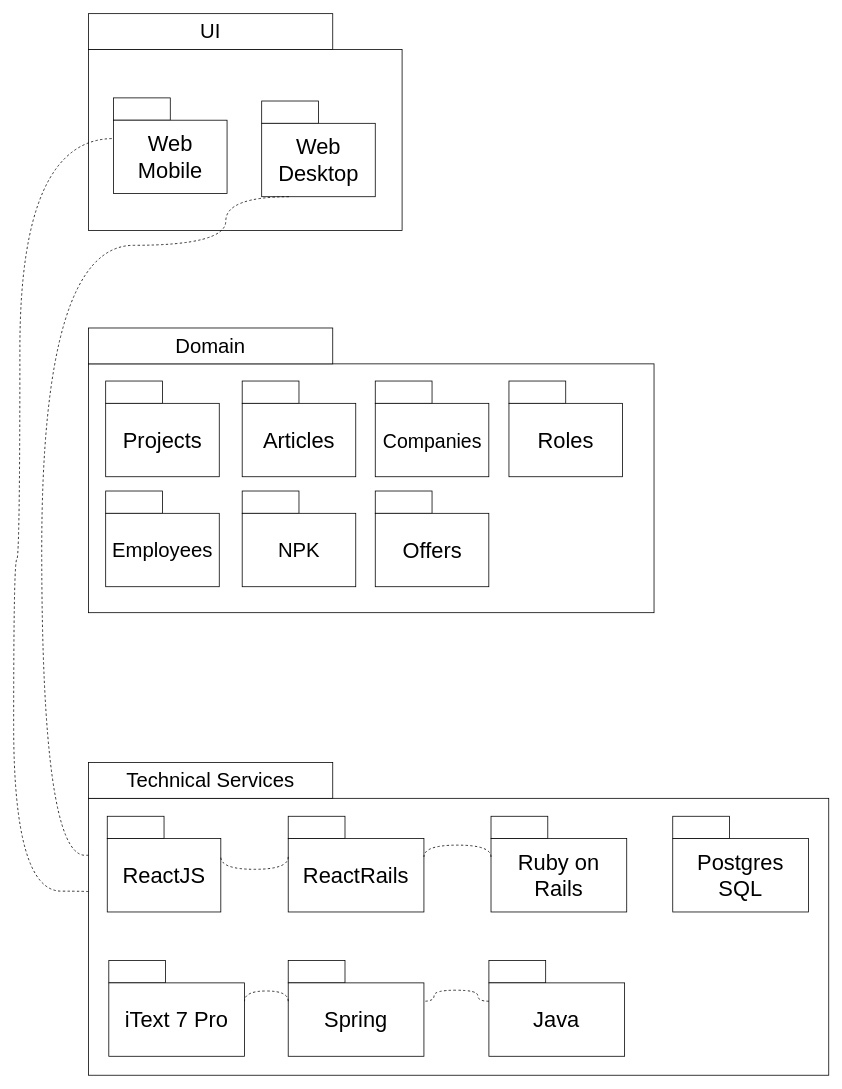
UnifiedCalculation/UniCalc_doc keeps this draw.io diagram as Documents/Package diagram.drawio. Above is the earlier version. Source tidied: cells renumbered, new cells numbered last; positions are measured from the earlier drawing's top-left corner, leaving out a move shared by most shapes. Both pictures are drawn from the tidied source at 78%, with x=0, y=0 at pixel (13, 13).
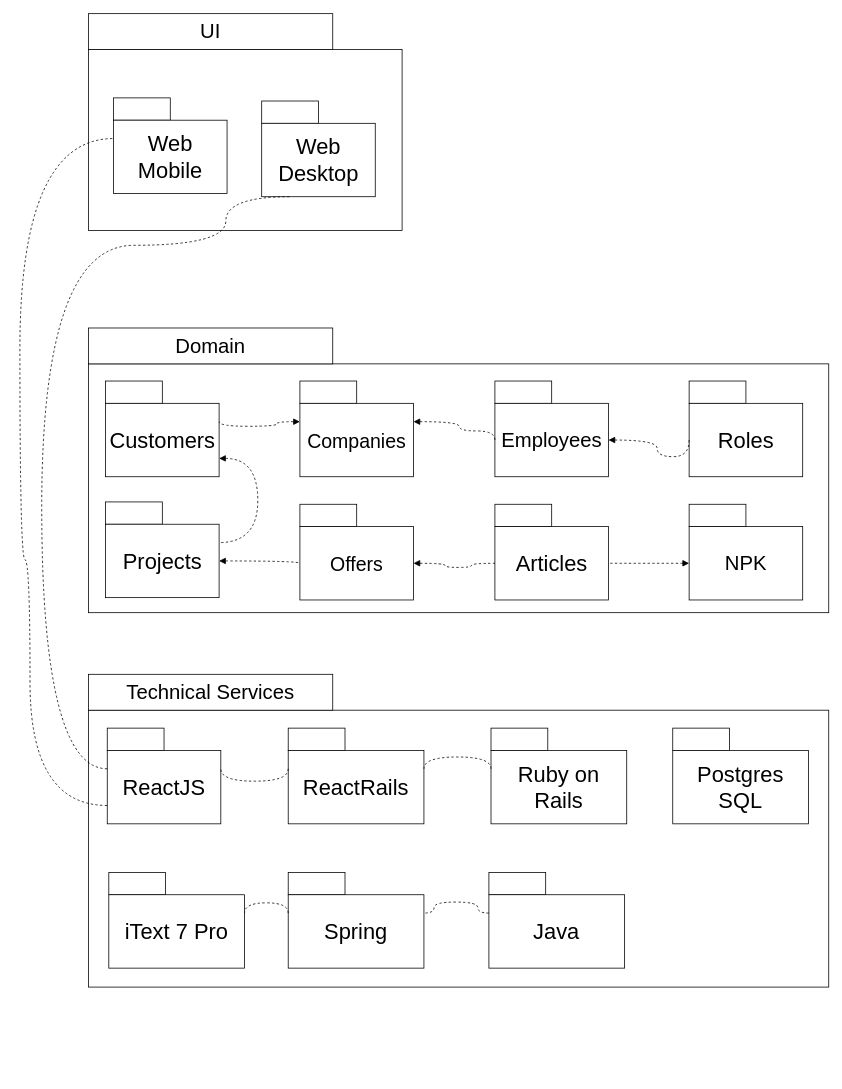
The same diagram, later.

The change refers to these unchanged cells:
```xml
<mxCell id="8" value="&lt;font style=&quot;font-size: 28px&quot;&gt;Web&lt;br&gt;Mobile&lt;/font&gt;" style="rounded=0;whiteSpace=wrap;html=1;" parent="6" vertex="1">
  <mxGeometry y="28.6" width="145.6" height="94.1" as="geometry" />
</mxCell>
<mxCell id="11" value="&lt;font style=&quot;font-size: 28px&quot;&gt;Web&lt;br&gt;Desktop&lt;/font&gt;" style="rounded=0;whiteSpace=wrap;html=1;" parent="9" vertex="1">
  <mxGeometry y="28.6" width="145.6" height="94.1" as="geometry" />
</mxCell>
<mxCell id="20" value="&lt;font style=&quot;font-size: 28px&quot;&gt;ReactJS&lt;/font&gt;" style="rounded=0;whiteSpace=wrap;html=1;" parent="18" vertex="1">
  <mxGeometry y="28.6" width="145.6" height="94.1" as="geometry" />
</mxCell>
<mxCell id="53" value="&lt;span style=&quot;font-size: 28px&quot;&gt;Roles&lt;/span&gt;" style="rounded=0;whiteSpace=wrap;html=1;" parent="51" vertex="1">
  <mxGeometry y="28.6" width="145.6" height="94.1" as="geometry" />
</mxCell>
<mxCell id="58" value="&lt;font style=&quot;font-size: 28px&quot;&gt;Projects&lt;/font&gt;" style="rounded=0;whiteSpace=wrap;html=1;" parent="56" vertex="1">
  <mxGeometry y="28.6" width="145.6" height="94.1" as="geometry" />
</mxCell>
<mxCell id="62" value="&lt;span style=&quot;font-size: 28px&quot;&gt;Articles&lt;/span&gt;" style="rounded=0;whiteSpace=wrap;html=1;" parent="60" vertex="1">
  <mxGeometry y="28.6" width="145.6" height="94.1" as="geometry" />
</mxCell>
<mxCell id="66" value="&lt;span style=&quot;font-size: 25px;&quot;&gt;Companies&lt;/span&gt;" style="rounded=0;whiteSpace=wrap;html=1;fontSize=25;" parent="64" vertex="1">
  <mxGeometry y="28.6" width="145.6" height="94.1" as="geometry" />
</mxCell>
<mxCell id="70" value="&lt;font style=&quot;font-size: 26px&quot;&gt;Employees&lt;/font&gt;" style="rounded=0;whiteSpace=wrap;html=1;" parent="68" vertex="1">
  <mxGeometry y="28.6" width="145.6" height="94.1" as="geometry" />
</mxCell>
<mxCell id="74" value="&lt;font style=&quot;font-size: 26px&quot;&gt;NPK&lt;/font&gt;" style="rounded=0;whiteSpace=wrap;html=1;" parent="72" vertex="1">
  <mxGeometry y="28.6" width="145.6" height="94.1" as="geometry" />
</mxCell>
<mxCell id="76" style="group;" parent="75" vertex="1">
  <mxGeometry width="145.6" height="122.7" as="geometry" />
</mxCell>
```

Diff of the diagram source:
```diff
@@
-    <mxCell id="12" style="endArrow=none;dashed=1;html=1;exitX=0;exitY=0.75;exitDx=0;exitDy=0;entryX=0;entryY=0.25;entryDx=0;entryDy=0;edgeStyle=orthogonalEdgeStyle;curved=1;" parent="1" edge="1" source="20" target="8">
-      <mxGeometry relative="1" as="geometry">
-        <Array as="points">
-          <mxPoint x="122" y="1133" />
-          <mxPoint x="122" y="1125" />
-          <mxPoint y="1125" />
-          <mxPoint y="700" />
-          <mxPoint x="8" y="700" />
-          <mxPoint x="8" y="160" />
-        </Array>
-      </mxGeometry>
-    </mxCell>
-    <mxCell id="13" style="endArrow=none;dashed=1;html=1;exitX=0;exitY=0.25;exitDx=0;exitDy=0;entryX=0.25;entryY=1;entryDx=0;entryDy=0;edgeStyle=orthogonalEdgeStyle;curved=1;" parent="1" edge="1" source="20" target="11">
-      <mxGeometry relative="1" as="geometry">
-        <Array as="points">
-          <mxPoint x="147" y="1079" />
-          <mxPoint x="36" y="1079" />
-          <mxPoint x="36" y="297" />
-          <mxPoint x="272" y="297" />
-          <mxPoint x="272" y="235" />
-        </Array>
-      </mxGeometry>
-    </mxCell>
     <mxCell id="14" style="group;" parent="1" vertex="1">
-      <mxGeometry x="96" y="960" width="949" height="401" as="geometry" />
+      <mxGeometry x="96" y="847" width="949" height="401" as="geometry" />
     </mxCell>
@@
-    <mxCell id="49" style="group;" parent="1" vertex="1">
-      <mxGeometry x="96" y="403" width="725" height="365" as="geometry" />
-    </mxCell>
-    <mxCell id="50" style="rounded=0;whiteSpace=wrap;html=1;" parent="49" vertex="1">
-      <mxGeometry y="46" width="725" height="319" as="geometry" />
+    <mxCell id="50" style="rounded=0;whiteSpace=wrap;html=1;" parent="1" vertex="1">
+      <mxGeometry x="96" y="449" width="949" height="319" as="geometry" />
     </mxCell>
-    <mxCell id="51" style="group;" parent="49" vertex="1">
-      <mxGeometry x="539" y="68" width="145.6" height="122.7" as="geometry" />
+    <mxCell id="51" style="group;" parent="1" vertex="1">
+      <mxGeometry x="866" y="471" width="145.6" height="122.7" as="geometry" />
     </mxCell>
@@
-    <mxCell id="54" value="&lt;font style=&quot;font-size: 26px&quot;&gt;Domain&lt;/font&gt;" style="rounded=0;whiteSpace=wrap;html=1;" parent="49" vertex="1">
-      <mxGeometry width="313.1" height="46" as="geometry" />
+    <mxCell id="54" value="&lt;font style=&quot;font-size: 26px&quot;&gt;Domain&lt;/font&gt;" style="rounded=0;whiteSpace=wrap;html=1;" parent="1" vertex="1">
+      <mxGeometry x="96" y="403" width="313.1" height="46" as="geometry" />
     </mxCell>
-    <mxCell id="55" style="group;" parent="49" vertex="1">
-      <mxGeometry x="22" y="68" width="145.6" height="122.7" as="geometry" />
+    <mxCell id="55" style="group;" parent="1" vertex="1">
+      <mxGeometry x="117.8" y="626" width="145.6" height="122.7" as="geometry" />
     </mxCell>
@@
-    <mxCell id="59" style="group;" parent="49" vertex="1">
-      <mxGeometry x="197" y="68" width="145.6" height="122.7" as="geometry" />
+    <mxCell id="59" style="group;" parent="1" vertex="1">
+      <mxGeometry x="617" y="629" width="145.6" height="122.7" as="geometry" />
     </mxCell>
@@
-    <mxCell id="63" style="group;" parent="49" vertex="1">
-      <mxGeometry x="367.6" y="68" width="145.6" height="122.7" as="geometry" />
+    <mxCell id="63" style="group;" parent="1" vertex="1">
+      <mxGeometry x="367" y="471" width="145.6" height="122.7" as="geometry" />
     </mxCell>
@@
-    <mxCell id="67" style="group;" parent="49" vertex="1">
-      <mxGeometry x="22" y="209" width="145.6" height="122.7" as="geometry" />
+    <mxCell id="67" style="group;" parent="1" vertex="1">
+      <mxGeometry x="617" y="471" width="145.6" height="122.7" as="geometry" />
     </mxCell>
@@
-    <mxCell id="71" style="group;" parent="49" vertex="1">
-      <mxGeometry x="197" y="209" width="145.6" height="122.7" as="geometry" />
+    <mxCell id="71" style="group;" parent="1" vertex="1">
+      <mxGeometry x="866" y="629" width="145.6" height="122.7" as="geometry" />
     </mxCell>
@@
-    <mxCell id="75" style="group;" parent="49" vertex="1">
-      <mxGeometry x="367.6" y="209" width="145.6" height="122.7" as="geometry" />
+    <mxCell id="75" style="group;" parent="1" vertex="1">
+      <mxGeometry x="117.8" y="471" width="145.6" height="122.7" as="geometry" />
     </mxCell>
@@
-    <mxCell id="78" value="&lt;font style=&quot;font-size: 28px&quot;&gt;Offers&lt;/font&gt;" style="rounded=0;whiteSpace=wrap;html=1;" parent="76" vertex="1">
+    <mxCell id="78" value="&lt;font style=&quot;font-size: 28px&quot;&gt;Customers&lt;/font&gt;" style="rounded=0;whiteSpace=wrap;html=1;" parent="76" vertex="1">
       <mxGeometry y="28.6" width="145.6" height="94.1" as="geometry" />
     </mxCell>
+    <mxCell id="79" style="group;" parent="1" vertex="1">
+      <mxGeometry x="367" y="629" width="145.6" height="122.7" as="geometry" />
+    </mxCell>
+    <mxCell id="80" style="group;" parent="79" vertex="1">
+      <mxGeometry width="145.6" height="122.7" as="geometry" />
+    </mxCell>
+    <mxCell id="81" style="rounded=0;whiteSpace=wrap;html=1;" parent="80" vertex="1">
+      <mxGeometry width="72.8" height="28.6" as="geometry" />
+    </mxCell>
+    <mxCell id="82" value="&lt;span style=&quot;font-size: 25px&quot;&gt;Offers&lt;/span&gt;" style="rounded=0;whiteSpace=wrap;html=1;fontSize=25;" parent="80" vertex="1">
+      <mxGeometry y="28.6" width="145.6" height="94.1" as="geometry" />
+    </mxCell>
+    <mxCell id="83" style="endArrow=none;dashed=1;html=1;exitX=1;exitY=0.5;exitDx=0;exitDy=0;edgeStyle=orthogonalEdgeStyle;curved=1;endFill=0;startArrow=block;startFill=1;entryX=0;entryY=0.5;entryDx=0;entryDy=0;" parent="1" edge="1" source="58" target="82">
+      <mxGeometry relative="1" as="geometry">
+        <Array as="points">
+          <mxPoint x="367" y="702" />
+        </Array>
+      </mxGeometry>
+    </mxCell>
+    <mxCell id="84" style="endArrow=none;dashed=1;html=1;exitX=1;exitY=0.25;exitDx=0;exitDy=0;edgeStyle=orthogonalEdgeStyle;curved=1;entryX=0;entryY=0.5;entryDx=0;entryDy=0;endFill=0;startArrow=block;startFill=1;" parent="1" edge="1" source="66" target="70">
+      <mxGeometry relative="1" as="geometry">
+        <Array as="points">
+          <mxPoint x="571" y="523" />
+          <mxPoint x="571" y="535" />
+          <mxPoint x="617" y="535" />
+        </Array>
+      </mxGeometry>
+    </mxCell>
+    <mxCell id="85" style="endArrow=none;dashed=1;html=1;exitX=1;exitY=0.75;exitDx=0;exitDy=0;edgeStyle=orthogonalEdgeStyle;curved=1;endFill=0;startArrow=block;startFill=1;entryX=1;entryY=0.25;entryDx=0;entryDy=0;" parent="1" edge="1" source="78" target="58">
+      <mxGeometry relative="1" as="geometry">
+        <Array as="points">
+          <mxPoint x="313" y="570" />
+          <mxPoint x="313" y="678" />
+        </Array>
+      </mxGeometry>
+    </mxCell>
+    <mxCell id="86" style="endArrow=none;dashed=1;html=1;exitX=0;exitY=0.25;exitDx=0;exitDy=0;edgeStyle=orthogonalEdgeStyle;curved=1;endFill=0;startArrow=block;startFill=1;entryX=1;entryY=0.25;entryDx=0;entryDy=0;" parent="1" edge="1" source="66" target="78">
+      <mxGeometry relative="1" as="geometry">
+        <Array as="points">
+          <mxPoint x="337" y="523" />
+          <mxPoint x="337" y="529" />
+          <mxPoint x="264" y="529" />
+        </Array>
+      </mxGeometry>
+    </mxCell>
+    <mxCell id="87" style="endArrow=none;dashed=1;html=1;exitX=1;exitY=0.5;exitDx=0;exitDy=0;edgeStyle=orthogonalEdgeStyle;curved=1;endFill=0;startArrow=block;startFill=1;entryX=0;entryY=0.5;entryDx=0;entryDy=0;" parent="1" edge="1" source="82" target="62">
+      <mxGeometry relative="1" as="geometry">
+        <Array as="points">
+          <mxPoint x="553" y="705" />
+          <mxPoint x="553" y="710" />
+          <mxPoint x="587" y="710" />
+          <mxPoint x="587" y="705" />
+        </Array>
+      </mxGeometry>
+    </mxCell>
+    <mxCell id="88" style="endArrow=none;dashed=1;html=1;exitX=0;exitY=0.5;exitDx=0;exitDy=0;edgeStyle=orthogonalEdgeStyle;curved=1;endFill=0;startArrow=block;startFill=1;entryX=1;entryY=0.5;entryDx=0;entryDy=0;" parent="1" edge="1" source="74" target="62">
+      <mxGeometry relative="1" as="geometry">
+        <Array as="points">
+          <mxPoint x="810" y="705" />
+          <mxPoint x="810" y="705" />
+        </Array>
+      </mxGeometry>
+    </mxCell>
+    <mxCell id="89" style="endArrow=none;dashed=1;html=1;exitX=1;exitY=0.5;exitDx=0;exitDy=0;edgeStyle=orthogonalEdgeStyle;curved=1;endFill=0;startArrow=block;startFill=1;entryX=0;entryY=0.5;entryDx=0;entryDy=0;" parent="1" edge="1" source="70" target="53">
+      <mxGeometry relative="1" as="geometry">
+        <Array as="points">
+          <mxPoint x="825" y="547" />
+          <mxPoint x="825" y="568" />
+          <mxPoint x="866" y="568" />
+        </Array>
+      </mxGeometry>
+    </mxCell>
+    <mxCell id="13" style="endArrow=none;dashed=1;html=1;exitX=0;exitY=0.25;exitDx=0;exitDy=0;entryX=0.25;entryY=1;entryDx=0;entryDy=0;edgeStyle=orthogonalEdgeStyle;curved=1;" parent="1" edge="1" source="20" target="11">
+      <mxGeometry relative="1" as="geometry">
+        <Array as="points">
+          <mxPoint x="36" y="968" />
+          <mxPoint x="36" y="297" />
+          <mxPoint x="272" y="297" />
+          <mxPoint x="272" y="235" />
+        </Array>
+      </mxGeometry>
+    </mxCell>
+    <mxCell id="12" style="endArrow=none;dashed=1;html=1;exitX=0;exitY=0.75;exitDx=0;exitDy=0;entryX=0;entryY=0.25;entryDx=0;entryDy=0;edgeStyle=orthogonalEdgeStyle;curved=1;" parent="1" edge="1" source="20" target="8">
+      <mxGeometry relative="1" as="geometry">
+        <Array as="points">
+          <mxPoint x="21" y="1015" />
+          <mxPoint x="21" y="700" />
+          <mxPoint x="8" y="700" />
+          <mxPoint x="8" y="160" />
+        </Array>
+      </mxGeometry>
+    </mxCell>
```
